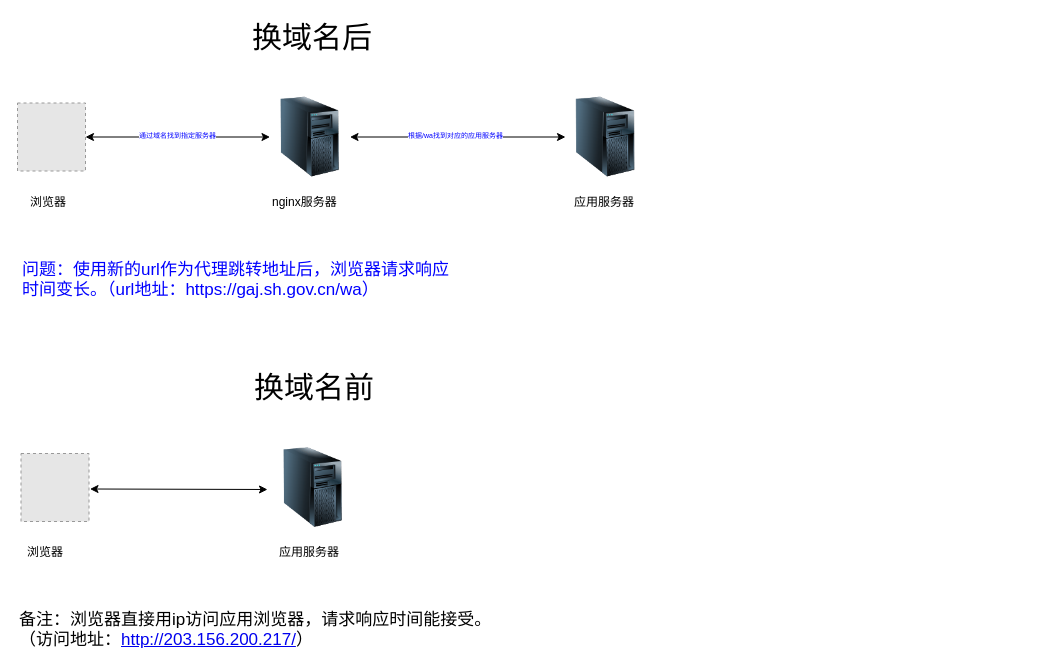
wilburli/draw keeps this draw.io diagram as 未命名表单.drawio. Above is the earlier version. Source tidied: cells renumbered, new cells numbered last; positions are measured from the earlier drawing's top-left corner, leaving out a move shared by most shapes. Both pictures are drawn from the tidied source at 100%, with x=0, y=0 at pixel (17, 17). Pictures stored in the file or linked from it are replaced by grey dashed boxes.
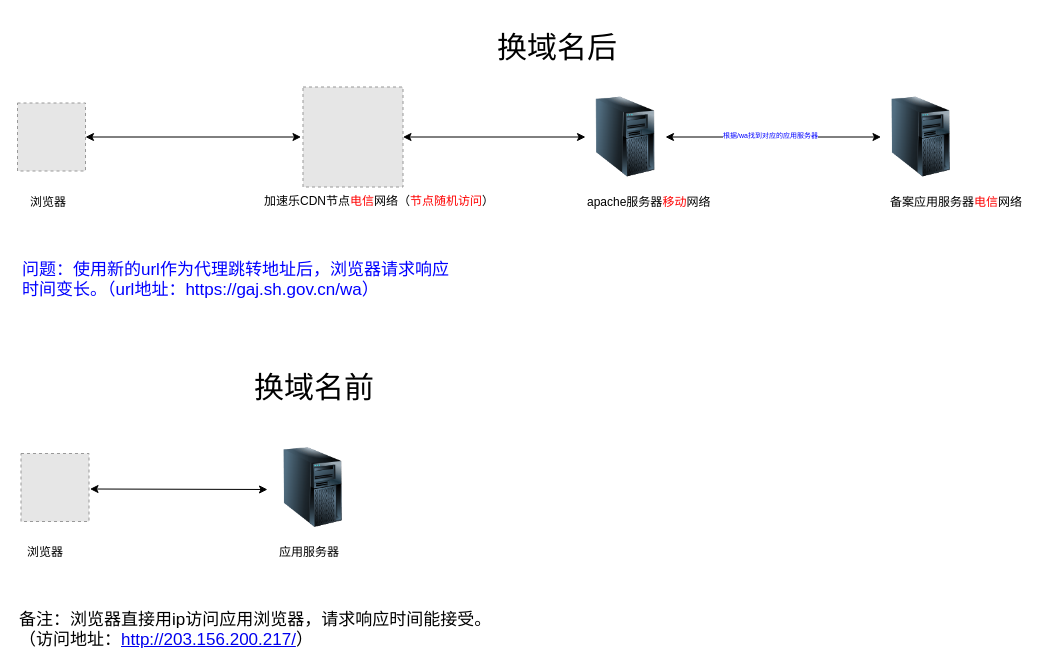
Above is the later version.

Commit message:
更新未命名表单.drawio

The change refers to these unchanged cells:
```xml
<mxCell id="14" style="fillColor=#E6E6E6;strokeColor=#999999;dashed=1;html=1;verticalAlign=top;verticalLabelPosition=bottom;labelBackgroundColor=#ffffff;fontSize=30;" parent="1" vertex="1">
  <mxGeometry y="85.5" width="68" height="68" as="geometry" />
</mxCell>
```

The edit, as a diff of the source:
```diff
@@
     <mxCell id="2" style="edgeStyle=orthogonalEdgeStyle;rounded=0;jettySize=auto;html=1;startArrow=classic;startFill=1;" parent="1" edge="1" source="3">
       <mxGeometry relative="1" as="geometry">
-        <mxPoint x="548" y="119.5" as="targetPoint" />
+        <mxPoint x="863.5" y="119.5" as="targetPoint" />
       </mxGeometry>
     </mxCell>
     <mxCell id="3" style="image;html=1;labelBackgroundColor=#ffffff;image=img/lib/clip_art/computers/Server_Tower_128x128.png;" parent="1" vertex="1">
-      <mxGeometry x="252.5" y="79.5" width="80" height="80" as="geometry" />
+      <mxGeometry x="568" y="79.5" width="80" height="80" as="geometry" />
     </mxCell>
-    <mxCell id="4" value="nginx服务器" style="text;html=1;align=left;verticalAlign=top;spacingTop=-4;" parent="1" vertex="1">
-      <mxGeometry x="252.5" y="174.5" width="80" height="20" as="geometry" />
+    <mxCell id="4" value="apache服务器&lt;font color=&quot;#ff0000&quot;&gt;移动&lt;/font&gt;网络" style="text;html=1;align=left;verticalAlign=top;spacingTop=-4;" parent="1" vertex="1">
+      <mxGeometry x="568" y="174.5" width="140" height="20" as="geometry" />
     </mxCell>
     <mxCell id="5" style="image;html=1;labelBackgroundColor=#ffffff;image=img/lib/clip_art/computers/Server_Tower_128x128.png;" parent="1" vertex="1">
-      <mxGeometry x="548" y="79.5" width="80" height="80" as="geometry" />
+      <mxGeometry x="863.5" y="79.5" width="80" height="80" as="geometry" />
     </mxCell>
-    <mxCell id="6" value="应用服务器" style="text;html=1;align=left;verticalAlign=top;spacingTop=-4;" parent="1" vertex="1">
-      <mxGeometry x="555" y="174.5" width="80" height="20" as="geometry" />
+    <mxCell id="6" value="备案应用服务器&lt;font color=&quot;#ff0000&quot;&gt;电信&lt;/font&gt;网络" style="text;html=1;align=left;verticalAlign=top;spacingTop=-4;" parent="1" vertex="1">
+      <mxGeometry x="870.5" y="174.5" width="150" height="20" as="geometry" />
     </mxCell>
@@
     <mxCell id="10" value="换域名后" style="text;html=1;align=left;verticalAlign=top;spacingTop=-4;fontSize=30;" parent="1" vertex="1">
-      <mxGeometry x="232.5" width="60" height="20" as="geometry" />
+      <mxGeometry x="478" y="10" width="60" height="20" as="geometry" />
     </mxCell>
@@
-    <mxCell id="12" style="edgeStyle=orthogonalEdgeStyle;rounded=0;jettySize=auto;html=1;startArrow=classic;startFill=1;fontSize=17;fontColor=#0000FF;" parent="1" edge="1" source="14" target="3">
-      <mxGeometry relative="1" as="geometry" />
-    </mxCell>
-    <mxCell id="13" value="通过域名找到指定服务器" style="text;html=1;align=center;verticalAlign=middle;labelBackgroundColor=#ffffff;fontSize=7;fontColor=#0000FF;" parent="12" vertex="1">
-      <mxGeometry x="-0.11" y="2" relative="1" as="geometry">
-        <mxPoint x="9" y="1" as="offset" />
-      </mxGeometry>
-    </mxCell>
@@
     <mxCell id="20" value="根据/wa找到对应的应用服务器" style="text;html=1;align=center;verticalAlign=middle;labelBackgroundColor=#ffffff;fontSize=7;fontColor=#0000FF;" parent="1" vertex="1">
-      <mxGeometry x="428" y="117" as="geometry">
+      <mxGeometry x="743.5" y="117" as="geometry">
         <mxPoint x="9" y="1" as="offset" />
       </mxGeometry>
     </mxCell>
+    <mxCell id="21" style="edgeStyle=orthogonalEdgeStyle;rounded=0;jettySize=auto;html=1;startArrow=classic;startFill=1;entryX=0;entryY=0.5;entryDx=0;entryDy=0;" parent="1" edge="1" source="22" target="3">
+      <mxGeometry relative="1" as="geometry" />
+    </mxCell>
+    <mxCell id="22" style="fillColor=#E6E6E6;strokeColor=#999999;dashed=1;html=1;verticalAlign=top;verticalLabelPosition=bottom;labelBackgroundColor=#ffffff;" parent="1" vertex="1">
+      <mxGeometry x="285.5" y="69.5" width="100" height="100" as="geometry" />
+    </mxCell>
+    <mxCell id="23" style="edgeStyle=orthogonalEdgeStyle;rounded=0;orthogonalLoop=1;jettySize=auto;html=1;startArrow=classic;startFill=1;" parent="1" edge="1">
+      <mxGeometry relative="1" as="geometry">
+        <mxPoint x="68" y="119.5" as="sourcePoint" />
+        <mxPoint x="283.5" y="119.5" as="targetPoint" />
+      </mxGeometry>
+    </mxCell>
+    <mxCell id="24" value="加速乐CDN节点&lt;font color=&quot;#ff0000&quot;&gt;电信&lt;/font&gt;网络（&lt;font color=&quot;#ff0000&quot;&gt;节点随机访问&lt;/font&gt;）" style="text;html=1;align=left;verticalAlign=top;spacingTop=-4;" parent="1" vertex="1">
+      <mxGeometry x="244.5" y="174" width="250" height="20" as="geometry" />
+    </mxCell>
```
